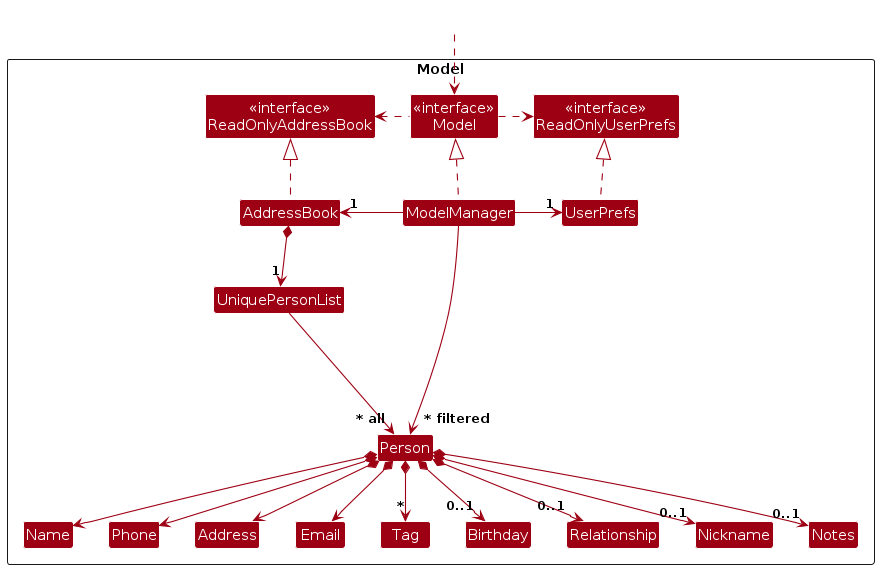
Benjam11n/tp keeps this PlantUML diagram as diagrams/ModelClassDiagram.png. Above is the earlier version. Its source is kept beside it as diagrams/ModelClassDiagram.puml.
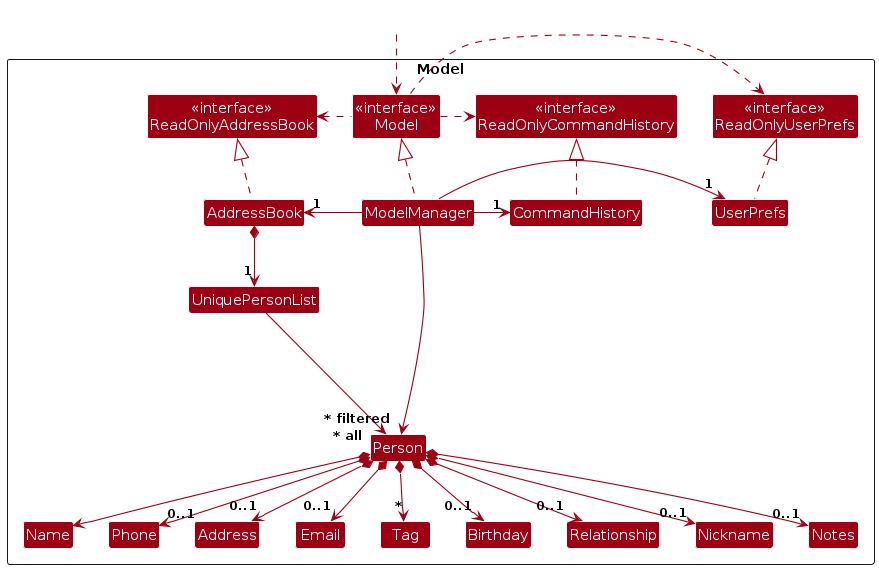
The same diagram one commit later.

The edit, as a diff of the source:
```diff
@@ -7,10 +7,12 @@
 Package Model as ModelPackage <<Rectangle>>{
 Class "<<interface>>\nReadOnlyAddressBook" as ReadOnlyAddressBook
 Class "<<interface>>\nReadOnlyUserPrefs" as ReadOnlyUserPrefs
+Class "<<interface>>\nReadOnlyCommandHistory" as ReadOnlyCommandHistory
 Class "<<interface>>\nModel" as Model
 Class AddressBook
 Class ModelManager
 Class UserPrefs
+Class CommandHistory
 
 Class UniquePersonList
 Class Person
@@ -35,16 +37,19 @@
 ModelManager .up.|> Model
 Model .right.> ReadOnlyUserPrefs
 Model .left.> ReadOnlyAddressBook
+Model .right.> ReadOnlyCommandHistory
 ModelManager -left-> "1" AddressBook
 ModelManager -right-> "1" UserPrefs
+ModelManager -right-> "1" CommandHistory
 UserPrefs .up.|> ReadOnlyUserPrefs
+CommandHistory .up.|> ReadOnlyCommandHistory
 
 AddressBook *--> "1" UniquePersonList
 UniquePersonList --> "~* all" Person
 Person *--> Name
-Person *--> Phone
-Person *--> Email
-Person *--> Address
+Person *--> "0..1" Phone
+Person *--> "0..1" Email
+Person *--> "0..1" Address
 Person *--> "*" Tag
 Person *--> "0..1" Birthday
 Person *--> "0..1" Relationship
```
